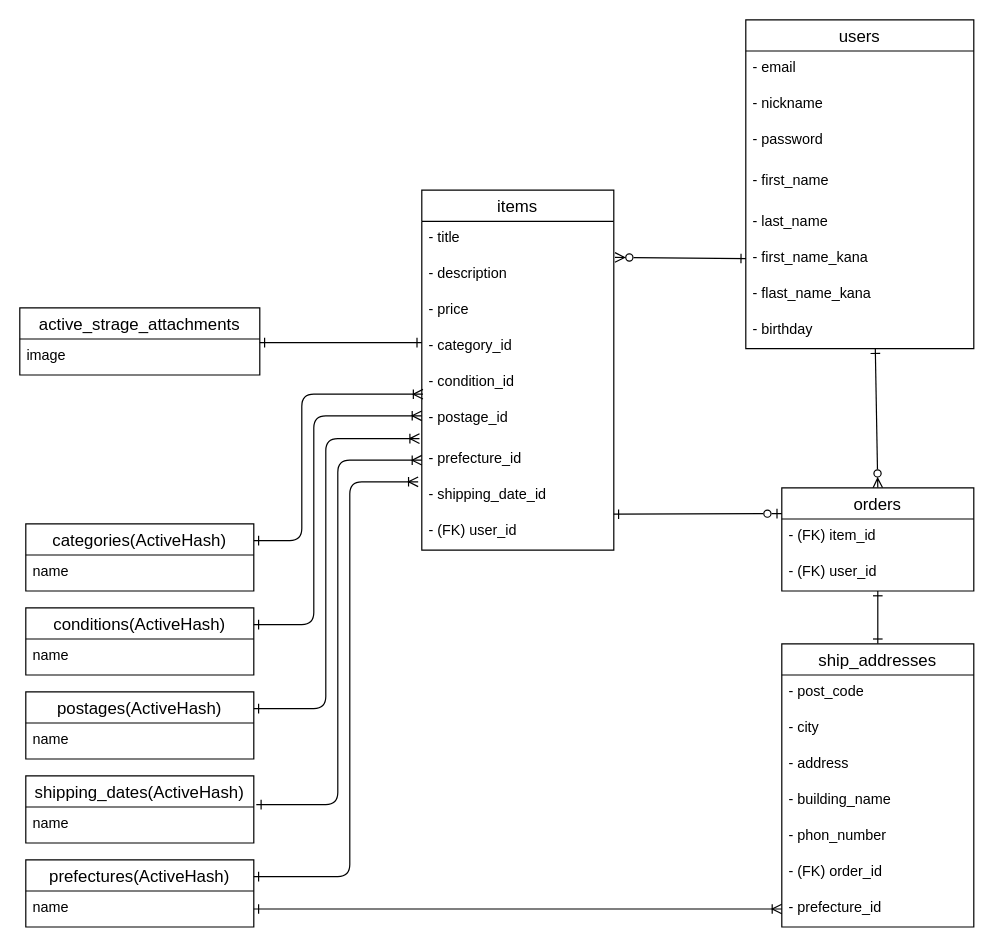
gingin-s/furima-37445 keeps this draw.io diagram as ERD.dio. Above is the earlier version. Source tidied: cells renumbered, new cells numbered last; positions are measured from the earlier drawing's top-left corner, leaving out a move shared by most shapes. Both pictures are drawn from the tidied source at 120%, with x=0, y=0 at pixel (19, 19).
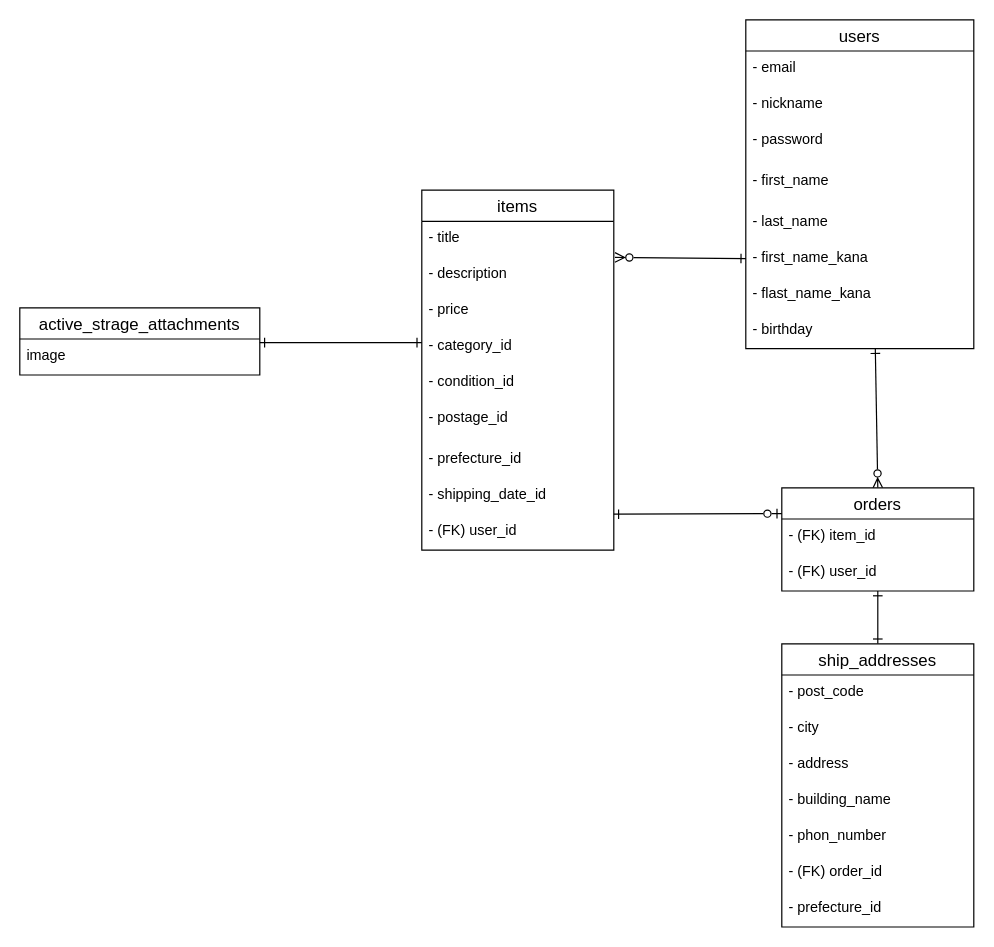
Above is the later version.

Unchanged cells that the change refers to:
```xml
<mxCell id="17" value="- condition_id" style="text;strokeColor=none;fillColor=none;spacingLeft=4;spacingRight=4;overflow=hidden;points=[[0,0.5],[1,0.5]];portConstraint=eastwest;fontSize=12;" parent="12" vertex="1">
  <mxGeometry y="146" width="160" height="30" as="geometry" />
</mxCell>
<mxCell id="18" value="- postage_id" style="text;strokeColor=none;fillColor=none;spacingLeft=4;spacingRight=4;overflow=hidden;points=[[0,0.5],[1,0.5]];portConstraint=eastwest;fontSize=12;" parent="12" vertex="1">
  <mxGeometry y="176" width="160" height="34" as="geometry" />
</mxCell>
<mxCell id="19" value="- prefecture_id" style="text;strokeColor=none;fillColor=none;spacingLeft=4;spacingRight=4;overflow=hidden;points=[[0,0.5],[1,0.5]];portConstraint=eastwest;fontSize=12;" parent="12" vertex="1">
  <mxGeometry y="210" width="160" height="30" as="geometry" />
</mxCell>
<mxCell id="20" value="- shipping_date_id" style="text;strokeColor=none;fillColor=none;spacingLeft=4;spacingRight=4;overflow=hidden;points=[[0,0.5],[1,0.5]];portConstraint=eastwest;fontSize=12;" parent="12" vertex="1">
  <mxGeometry y="240" width="160" height="30" as="geometry" />
</mxCell>
<mxCell id="33" value="- prefecture_id" style="text;strokeColor=none;fillColor=none;spacingLeft=4;spacingRight=4;overflow=hidden;points=[[0,0.5],[1,0.5]];portConstraint=eastwest;fontSize=12;" parent="26" vertex="1">
  <mxGeometry y="206" width="160" height="30" as="geometry" />
</mxCell>
```

Diff of the diagram source:
```diff
@@
-    <mxCell id="36" value="conditions(ActiveHash)" style="swimlane;fontStyle=0;horizontal=1;startSize=26;align=center;fontSize=14;" parent="1" vertex="1">
-      <mxGeometry x="5" y="490" width="190" height="56" as="geometry" />
-    </mxCell>
-    <mxCell id="37" value="name" style="text;strokeColor=none;fillColor=none;spacingLeft=4;spacingRight=4;overflow=hidden;fontSize=12;" parent="36" vertex="1">
-      <mxGeometry y="26" width="190" height="30" as="geometry" />
-    </mxCell>
-    <mxCell id="38" value="postages(ActiveHash)" style="swimlane;fontStyle=0;horizontal=1;startSize=26;align=center;fontSize=14;" parent="1" vertex="1">
-      <mxGeometry x="5" y="560" width="190" height="56" as="geometry" />
-    </mxCell>
-    <mxCell id="39" value="name" style="text;strokeColor=none;fillColor=none;spacingLeft=4;spacingRight=4;overflow=hidden;fontSize=12;" parent="38" vertex="1">
-      <mxGeometry y="26" width="190" height="30" as="geometry" />
-    </mxCell>
-    <mxCell id="40" value="prefectures(ActiveHash)" style="swimlane;fontStyle=0;horizontal=1;startSize=26;align=center;fontSize=14;" parent="1" vertex="1">
-      <mxGeometry x="5" y="700" width="190" height="56" as="geometry" />
-    </mxCell>
-    <mxCell id="41" value="name" style="text;strokeColor=none;fillColor=none;spacingLeft=4;spacingRight=4;overflow=hidden;points=[[0,0.5],[1,0.5]];portConstraint=eastwest;fontSize=12;" parent="40" vertex="1">
-      <mxGeometry y="26" width="190" height="30" as="geometry" />
-    </mxCell>
-    <mxCell id="42" value="shipping_dates(ActiveHash)" style="swimlane;fontStyle=0;horizontal=1;startSize=26;align=center;fontSize=14;" parent="1" vertex="1">
-      <mxGeometry x="5" y="630" width="190" height="56" as="geometry" />
-    </mxCell>
-    <mxCell id="43" value="name" style="text;strokeColor=none;fillColor=none;spacingLeft=4;spacingRight=4;overflow=hidden;points=[[0,0.5],[1,0.5]];portConstraint=eastwest;fontSize=12;" parent="42" vertex="1">
-      <mxGeometry y="26" width="190" height="30" as="geometry" />
-    </mxCell>
-    <mxCell id="44" style="edgeStyle=none;html=1;startArrow=ERoneToMany;startFill=0;endArrow=ERone;endFill=0;entryX=1;entryY=0.25;entryDx=0;entryDy=0;exitX=0.006;exitY=0.8;exitDx=0;exitDy=0;exitPerimeter=0;" parent="1" edge="1" source="17" target="48">
-      <mxGeometry relative="1" as="geometry">
-        <Array as="points">
-          <mxPoint x="235" y="312" />
-          <mxPoint x="235" y="434" />
-        </Array>
-      </mxGeometry>
-    </mxCell>
@@
-    <mxCell id="48" value="categories(ActiveHash)" style="swimlane;fontStyle=0;horizontal=1;startSize=26;align=center;fontSize=14;swimlaneLine=1;rounded=0;sketch=0;" parent="1" vertex="1">
-      <mxGeometry x="5" y="420" width="190" height="56" as="geometry" />
-    </mxCell>
-    <mxCell id="49" value="name" style="text;strokeColor=none;fillColor=none;spacingLeft=4;spacingRight=4;overflow=hidden;fontSize=12;" parent="48" vertex="1">
-      <mxGeometry y="26" width="190" height="30" as="geometry" />
-    </mxCell>
-    <mxCell id="50" style="edgeStyle=none;html=1;entryX=1;entryY=0.5;entryDx=0;entryDy=0;endArrow=ERone;endFill=0;startArrow=ERoneToMany;startFill=0;" parent="1" edge="1" source="33" target="41">
-      <mxGeometry relative="1" as="geometry" />
-    </mxCell>
-    <mxCell id="51" style="edgeStyle=none;html=1;entryX=1;entryY=0.25;entryDx=0;entryDy=0;startArrow=ERoneToMany;startFill=0;endArrow=ERone;endFill=0;" parent="1" edge="1" target="36">
-      <mxGeometry relative="1" as="geometry">
-        <mxPoint x="335" y="330" as="sourcePoint" />
-        <Array as="points">
-          <mxPoint x="245" y="330" />
-          <mxPoint x="245" y="504" />
-        </Array>
-      </mxGeometry>
-    </mxCell>
-    <mxCell id="52" style="edgeStyle=none;html=1;entryX=1;entryY=0.25;entryDx=0;entryDy=0;startArrow=ERoneToMany;startFill=0;endArrow=ERone;endFill=0;exitX=-0.012;exitY=0.912;exitDx=0;exitDy=0;exitPerimeter=0;" parent="1" edge="1" source="18" target="38">
-      <mxGeometry relative="1" as="geometry">
-        <Array as="points">
-          <mxPoint x="255" y="349" />
-          <mxPoint x="255" y="574" />
-        </Array>
-      </mxGeometry>
-    </mxCell>
-    <mxCell id="53" style="edgeStyle=none;html=1;entryX=1.011;entryY=-0.067;entryDx=0;entryDy=0;entryPerimeter=0;startArrow=ERoneToMany;startFill=0;endArrow=ERone;endFill=0;exitX=0;exitY=0.5;exitDx=0;exitDy=0;" parent="1" edge="1" source="19" target="43">
-      <mxGeometry relative="1" as="geometry">
-        <Array as="points">
-          <mxPoint x="265" y="367" />
-          <mxPoint x="265" y="654" />
-        </Array>
-      </mxGeometry>
-    </mxCell>
-    <mxCell id="54" style="edgeStyle=none;html=1;entryX=1;entryY=0.25;entryDx=0;entryDy=0;startArrow=ERoneToMany;startFill=0;endArrow=ERone;endFill=0;exitX=-0.019;exitY=0.1;exitDx=0;exitDy=0;exitPerimeter=0;" parent="1" edge="1" source="20" target="40">
-      <mxGeometry relative="1" as="geometry">
-        <Array as="points">
-          <mxPoint x="275" y="385" />
-          <mxPoint x="275" y="714" />
-        </Array>
-      </mxGeometry>
-    </mxCell>
```
